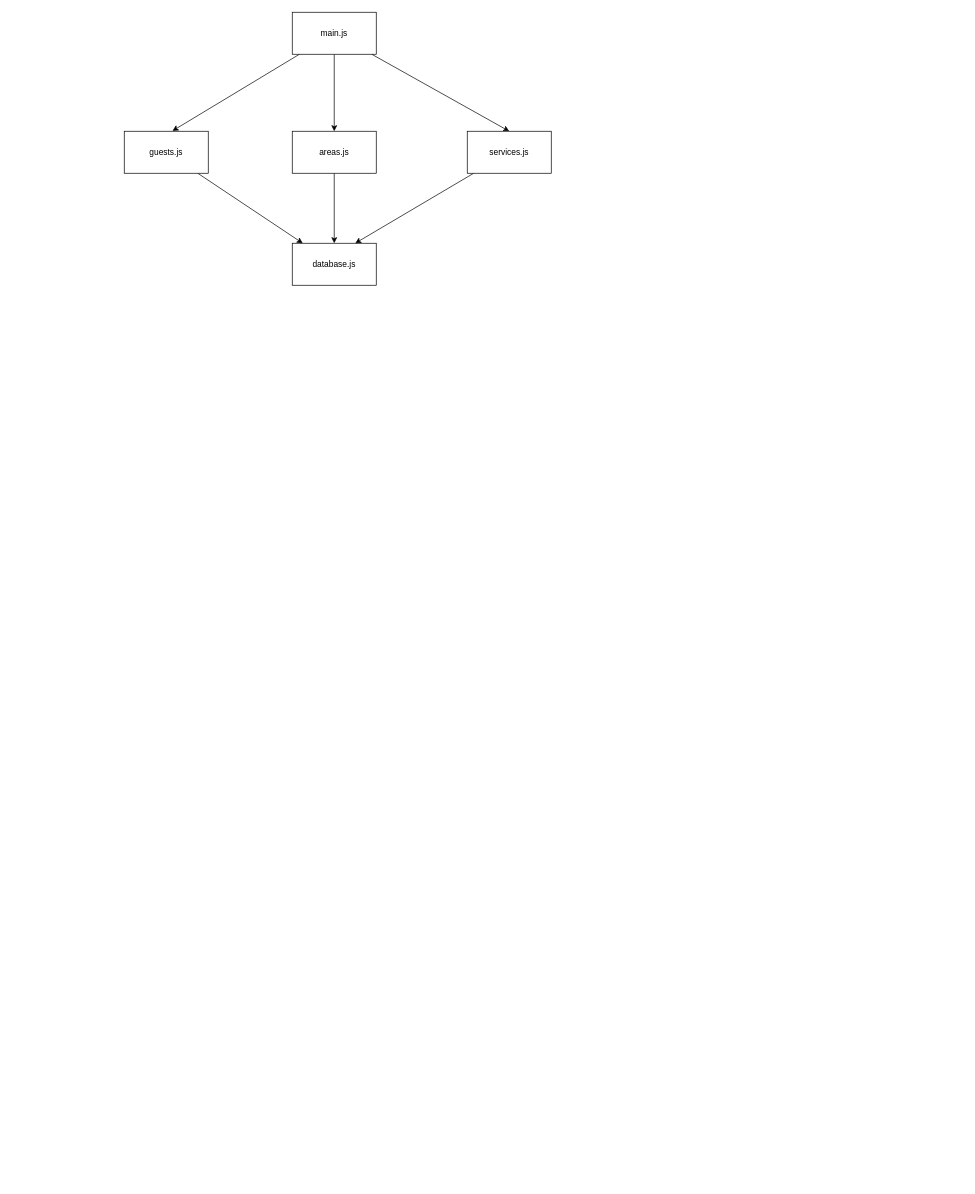
This is diagrams/sequencediagram.drawio from SeyunChung/Cider-Falls, a draw.io file, before an edit. Source tidied: cells renumbered, new cells numbered last; positions are measured from the earlier drawing's top-left corner, leaving out a move shared by most shapes. Both pictures are drawn from the tidied source at 70%, with x=0, y=0 at pixel (124, 12).
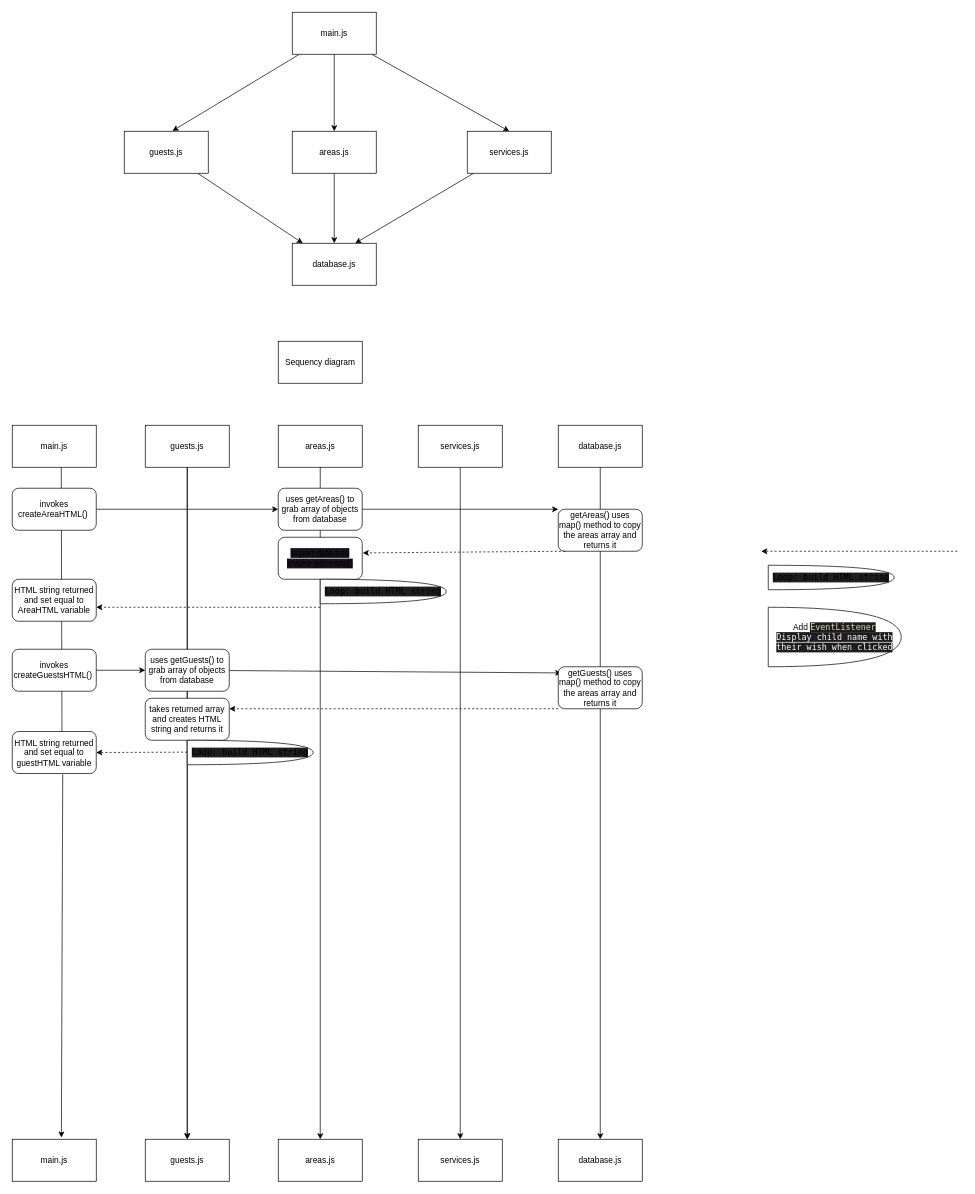
Above is the later version.

Commit message (it also covers changes not shown here):
some updates for diagrams and added text to index.html

Diff of the diagram source:
```diff
@@
+    <mxCell id="13" value="Sequency diagram" style="rounded=0;whiteSpace=wrap;html=1;" parent="1" vertex="1">
+      <mxGeometry x="220" y="470" width="120" height="60" as="geometry" />
+    </mxCell>
+    <mxCell id="14" style="edgeStyle=none;html=1;" parent="1" edge="1" source="16" target="21">
+      <mxGeometry relative="1" as="geometry" />
+    </mxCell>
+    <mxCell id="15" style="edgeStyle=none;html=1;entryX=0.5;entryY=0;entryDx=0;entryDy=0;" parent="1" edge="1" source="16" target="21">
+      <mxGeometry relative="1" as="geometry" />
+    </mxCell>
+    <mxCell id="16" value="guests.js" style="rounded=0;whiteSpace=wrap;html=1;" parent="1" vertex="1">
+      <mxGeometry x="30" y="590" width="120" height="60" as="geometry" />
+    </mxCell>
+    <mxCell id="17" style="edgeStyle=none;html=1;entryX=0.5;entryY=0;entryDx=0;entryDy=0;startArrow=none;" parent="1" edge="1" source="31" target="23">
+      <mxGeometry relative="1" as="geometry" />
+    </mxCell>
+    <mxCell id="18" value="areas.js" style="rounded=0;whiteSpace=wrap;html=1;" parent="1" vertex="1">
+      <mxGeometry x="220" y="590" width="120" height="60" as="geometry" />
+    </mxCell>
+    <mxCell id="19" style="edgeStyle=none;html=1;" parent="1" edge="1" source="20" target="24">
+      <mxGeometry relative="1" as="geometry" />
+    </mxCell>
+    <mxCell id="20" value="services.js" style="rounded=0;whiteSpace=wrap;html=1;" parent="1" vertex="1">
+      <mxGeometry x="420" y="590" width="120" height="60" as="geometry" />
+    </mxCell>
+    <mxCell id="21" value="guests.js" style="rounded=0;whiteSpace=wrap;html=1;" parent="1" vertex="1">
+      <mxGeometry x="30" y="1610" width="120" height="60" as="geometry" />
+    </mxCell>
+    <mxCell id="22" value="main.js" style="rounded=0;whiteSpace=wrap;html=1;" parent="1" vertex="1">
+      <mxGeometry x="-160" y="1610" width="120" height="60" as="geometry" />
+    </mxCell>
+    <mxCell id="23" value="areas.js" style="rounded=0;whiteSpace=wrap;html=1;" parent="1" vertex="1">
+      <mxGeometry x="220" y="1610" width="120" height="60" as="geometry" />
+    </mxCell>
+    <mxCell id="24" value="services.js" style="rounded=0;whiteSpace=wrap;html=1;" parent="1" vertex="1">
+      <mxGeometry x="420" y="1610" width="120" height="60" as="geometry" />
+    </mxCell>
+    <mxCell id="25" value="database.js" style="rounded=0;whiteSpace=wrap;html=1;" parent="1" vertex="1">
+      <mxGeometry x="620" y="1610" width="120" height="60" as="geometry" />
+    </mxCell>
+    <mxCell id="26" style="edgeStyle=none;html=1;entryX=0.5;entryY=0;entryDx=0;entryDy=0;startArrow=none;" parent="1" edge="1" source="45" target="25">
+      <mxGeometry relative="1" as="geometry" />
+    </mxCell>
+    <mxCell id="27" value="database.js" style="rounded=0;whiteSpace=wrap;html=1;" parent="1" vertex="1">
+      <mxGeometry x="620" y="590" width="120" height="60" as="geometry" />
+    </mxCell>
+    <mxCell id="28" style="edgeStyle=none;html=1;" parent="1" edge="1" source="53" target="31">
+      <mxGeometry relative="1" as="geometry" />
+    </mxCell>
+    <mxCell id="29" style="edgeStyle=none;html=1;entryX=0.5;entryY=0;entryDx=0;entryDy=0;endArrow=none;" parent="1" edge="1" source="18" target="31">
+      <mxGeometry relative="1" as="geometry" />
+    </mxCell>
+    <mxCell id="30" style="edgeStyle=none;html=1;entryX=0;entryY=0;entryDx=0;entryDy=0;" parent="1" edge="1" source="31" target="33">
+      <mxGeometry relative="1" as="geometry" />
+    </mxCell>
+    <mxCell id="31" value="uses getAreas() to grab array of objects from database" style="rounded=1;whiteSpace=wrap;html=1;" parent="1" vertex="1">
+      <mxGeometry x="220" y="680" width="120" height="60" as="geometry" />
+    </mxCell>
+    <mxCell id="32" style="edgeStyle=none;html=1;entryX=0.5;entryY=0;entryDx=0;entryDy=0;endArrow=none;" parent="1" edge="1" source="27" target="33">
+      <mxGeometry relative="1" as="geometry" />
+    </mxCell>
+    <mxCell id="33" value="getAreas() uses map() method to copy the areas array and returns it" style="rounded=1;whiteSpace=wrap;html=1;" parent="1" vertex="1">
+      <mxGeometry x="620" y="710" width="120" height="60" as="geometry" />
+    </mxCell>
+    <mxCell id="34" style="endArrow=classic;dashed=1;html=1;" parent="1" edge="1">
+      <mxGeometry relative="1" as="geometry">
+        <mxPoint x="1190" y="770" as="sourcePoint" />
+        <mxPoint x="910" y="770" as="targetPoint" />
+      </mxGeometry>
+    </mxCell>
+    <mxCell id="35" value="&lt;span style=&quot;background-color: rgb(30, 30, 30); font-family: Menlo, Monaco, &amp;quot;Courier New&amp;quot;, monospace;&quot;&gt;Loop: build HTML string&lt;br&gt;&lt;/span&gt;" style="shape=or;whiteSpace=wrap;html=1;" parent="1" vertex="1">
+      <mxGeometry x="920" y="790" width="180" height="35" as="geometry" />
+    </mxCell>
+    <mxCell id="36" value="Add&amp;nbsp;&lt;span style=&quot;background-color: rgb(30, 30, 30); font-family: Menlo, Monaco, &amp;quot;Courier New&amp;quot;, monospace;&quot;&gt;&lt;font color=&quot;#dcdcaa&quot;&gt;EventListener&lt;/font&gt;&lt;br&gt;&lt;font color=&quot;#ffffff&quot;&gt;Display child name with their wish when clicked&lt;/font&gt;&lt;br&gt;&lt;/span&gt;" style="shape=or;whiteSpace=wrap;html=1;" parent="1" vertex="1">
+      <mxGeometry x="920" y="850" width="190" height="85" as="geometry" />
+    </mxCell>
+    <mxCell id="37" style="endArrow=classic;dashed=1;html=1;exitX=0;exitY=0.5;exitDx=0;exitDy=0;entryX=1.006;entryY=0.373;entryDx=0;entryDy=0;entryPerimeter=0;" parent="1" edge="1" target="38">
+      <mxGeometry relative="1" as="geometry">
+        <mxPoint x="630" y="770" as="sourcePoint" />
+      </mxGeometry>
+    </mxCell>
+    <mxCell id="38" value="&lt;span style=&quot;background-color: rgb(24, 20, 29);&quot;&gt;import data and invoke getAreas()&lt;/span&gt;" style="rounded=1;whiteSpace=wrap;html=1;" parent="1" vertex="1">
+      <mxGeometry x="220" y="750" width="120" height="60" as="geometry" />
+    </mxCell>
+    <mxCell id="39" value="&lt;span style=&quot;background-color: rgb(30, 30, 30); font-family: Menlo, Monaco, &amp;quot;Courier New&amp;quot;, monospace;&quot;&gt;Loop: build HTML string&lt;br&gt;&lt;/span&gt;" style="shape=or;whiteSpace=wrap;html=1;" parent="1" vertex="1">
+      <mxGeometry x="280" y="810" width="180" height="35" as="geometry" />
+    </mxCell>
+    <mxCell id="40" style="endArrow=classic;dashed=1;html=1;" parent="1" edge="1">
+      <mxGeometry relative="1" as="geometry">
+        <mxPoint x="280" y="850" as="sourcePoint" />
+        <mxPoint x="-40" y="850" as="targetPoint" />
+      </mxGeometry>
+    </mxCell>
+    <mxCell id="41" style="edgeStyle=none;html=1;entryX=0;entryY=0.5;entryDx=0;entryDy=0;" parent="1" edge="1" source="55" target="43">
+      <mxGeometry relative="1" as="geometry" />
+    </mxCell>
+    <mxCell id="42" style="edgeStyle=none;html=1;entryX=0.037;entryY=0.147;entryDx=0;entryDy=0;entryPerimeter=0;" parent="1" edge="1" source="43" target="45">
+      <mxGeometry relative="1" as="geometry" />
+    </mxCell>
+    <mxCell id="43" value="uses getGuests() to grab array of objects from database" style="rounded=1;whiteSpace=wrap;html=1;" parent="1" vertex="1">
+      <mxGeometry x="30" y="910" width="120" height="60" as="geometry" />
+    </mxCell>
+    <mxCell id="44" style="edgeStyle=none;html=1;entryX=0.5;entryY=0;entryDx=0;entryDy=0;startArrow=none;endArrow=none;" parent="1" edge="1" source="33" target="45">
+      <mxGeometry relative="1" as="geometry" />
+    </mxCell>
+    <mxCell id="45" value="getGuests() uses map() method to copy the areas array and returns it" style="rounded=1;whiteSpace=wrap;html=1;" parent="1" vertex="1">
+      <mxGeometry x="620" y="935" width="120" height="60" as="geometry" />
+    </mxCell>
+    <mxCell id="46" value="takes returned array and creates HTML string and returns it" style="rounded=1;whiteSpace=wrap;html=1;" parent="1" vertex="1">
+      <mxGeometry x="30" y="980" width="120" height="60" as="geometry" />
+    </mxCell>
+    <mxCell id="47" style="endArrow=classic;dashed=1;html=1;entryX=1;entryY=0.25;entryDx=0;entryDy=0;" parent="1" edge="1" target="46">
+      <mxGeometry relative="1" as="geometry">
+        <mxPoint x="620" y="995" as="sourcePoint" />
+      </mxGeometry>
+    </mxCell>
+    <mxCell id="48" value="&lt;span style=&quot;background-color: rgb(30, 30, 30); font-family: Menlo, Monaco, &amp;quot;Courier New&amp;quot;, monospace;&quot;&gt;Loop: build HTML string&lt;br&gt;&lt;/span&gt;" style="shape=or;whiteSpace=wrap;html=1;" parent="1" vertex="1">
+      <mxGeometry x="90" y="1040" width="180" height="35" as="geometry" />
+    </mxCell>
+    <mxCell id="49" style="edgeStyle=none;html=1;entryX=0.592;entryY=0.106;entryDx=0;entryDy=0;entryPerimeter=0;endArrow=none;" parent="1" edge="1" target="51">
+      <mxGeometry relative="1" as="geometry">
+        <mxPoint x="-90" y="640" as="sourcePoint" />
+      </mxGeometry>
+    </mxCell>
+    <mxCell id="50" style="edgeStyle=none;html=1;entryX=0.585;entryY=-0.04;entryDx=0;entryDy=0;entryPerimeter=0;exitX=0.601;exitY=1.018;exitDx=0;exitDy=0;exitPerimeter=0;" parent="1" edge="1" source="51" target="22">
+      <mxGeometry relative="1" as="geometry" />
+    </mxCell>
+    <mxCell id="51" value="HTML string returned and set equal to guestHTML variable" style="rounded=1;whiteSpace=wrap;html=1;" parent="1" vertex="1">
+      <mxGeometry x="-160" y="1027.5" width="120" height="60" as="geometry" />
+    </mxCell>
+    <mxCell id="52" style="endArrow=classic;dashed=1;html=1;entryX=1;entryY=0.5;entryDx=0;entryDy=0;" parent="1" edge="1" target="51">
+      <mxGeometry relative="1" as="geometry">
+        <mxPoint x="90" y="1057" as="sourcePoint" />
+      </mxGeometry>
+    </mxCell>
+    <mxCell id="53" value="invokes createAreaHTML()&amp;nbsp;" style="rounded=1;whiteSpace=wrap;html=1;" parent="1" vertex="1">
+      <mxGeometry x="-160" y="680" width="120" height="60" as="geometry" />
+    </mxCell>
+    <mxCell id="54" value="HTML string returned and set equal to AreaHTML variable" style="rounded=1;whiteSpace=wrap;html=1;" parent="1" vertex="1">
+      <mxGeometry x="-160" y="810" width="120" height="60" as="geometry" />
+    </mxCell>
+    <mxCell id="55" value="invokes createGuestsHTML()&amp;nbsp;" style="rounded=1;whiteSpace=wrap;html=1;" parent="1" vertex="1">
+      <mxGeometry x="-160" y="910" width="120" height="60" as="geometry" />
+    </mxCell>
+    <mxCell id="56" value="main.js" style="rounded=0;whiteSpace=wrap;html=1;" parent="1" vertex="1">
+      <mxGeometry x="-160" y="590" width="120" height="60" as="geometry" />
+    </mxCell>
```
